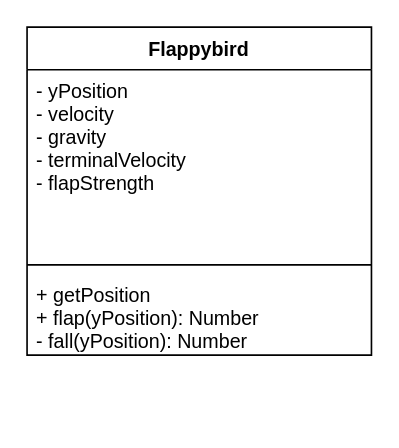
MTHS-ICS4U-1-2024/ICS4U-Final-Project-Yuri-and-Alex keeps this draw.io diagram as classdiagrams/flappyDiagram.drawio. Above is the earlier version. Source tidied: cells renumbered, new cells numbered last; positions are measured from the earlier drawing's top-left corner, leaving out a move shared by most shapes. Both pictures are drawn from the tidied source at 164%, with x=0, y=0 at pixel (26, 26).
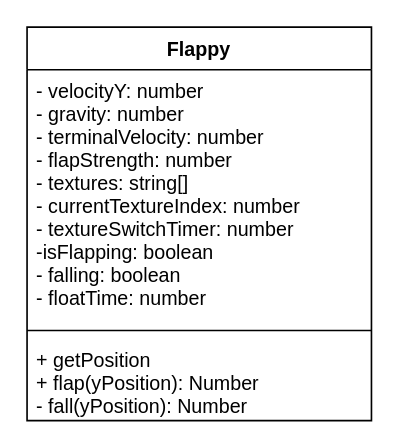
After the change.

Change to the diagram source:
```diff
@@
 <mxGraphModel>
   <root>
     <mxCell id="0" />
     <mxCell id="1" parent="0" />
-    <mxCell id="2" value="Flappybird" style="swimlane;fontStyle=1;align=center;verticalAlign=top;horizontal=1;startSize=26;" parent="1" vertex="1">
-      <mxGeometry width="210" height="200" as="geometry" />
+    <mxCell id="2" value="Flappy" style="swimlane;fontStyle=1;align=center;verticalAlign=top;horizontal=1;startSize=26;" parent="1" vertex="1">
+      <mxGeometry width="210" height="240" as="geometry" />
     </mxCell>
-    <mxCell id="3" value="- yPosition&#10;- velocity&#10;- gravity &#10;- terminalVelocity&#10;- flapStrength&#10;&#10;" style="text;strokeColor=none;fillColor=none;align=left;verticalAlign=top;spacingLeft=4;spacingRight=4;overflow=hidden;" parent="2" vertex="1">
-      <mxGeometry y="26" width="210" height="114" as="geometry" />
+    <mxCell id="3" value="- velocityY: number&#10;- gravity: number&#10;- terminalVelocity: number&#10;- flapStrength: number&#10;- textures: string[]&#10;- currentTextureIndex: number&#10;- textureSwitchTimer: number&#10;-isFlapping: boolean&#10;- falling: boolean&#10;- floatTime: number&#10;" style="text;strokeColor=none;fillColor=none;align=left;verticalAlign=top;spacingLeft=4;spacingRight=4;overflow=hidden;" parent="2" vertex="1">
+      <mxGeometry y="26" width="210" height="154" as="geometry" />
     </mxCell>
     <mxCell id="4" style="line;strokeWidth=1;fillColor=none;align=left;verticalAlign=middle;spacingTop=-1;spacingLeft=3;spacingRight=3;labelPosition=right;strokeColor=inherit;" parent="2" vertex="1">
-      <mxGeometry y="140" width="210" height="10" as="geometry" />
+      <mxGeometry y="180" width="210" height="10" as="geometry" />
     </mxCell>
     <mxCell id="5" value="+ getPosition&#10;+ flap(yPosition): Number &#10;- fall(yPosition): Number&#10;" style="text;strokeColor=none;fillColor=none;align=left;verticalAlign=top;spacingLeft=4;spacingRight=4;overflow=hidden;" parent="2" vertex="1">
-      <mxGeometry y="150" width="210" height="50" as="geometry" />
+      <mxGeometry y="190" width="210" height="50" as="geometry" />
     </mxCell>
   </root>
 </mxGraphModel>
```
